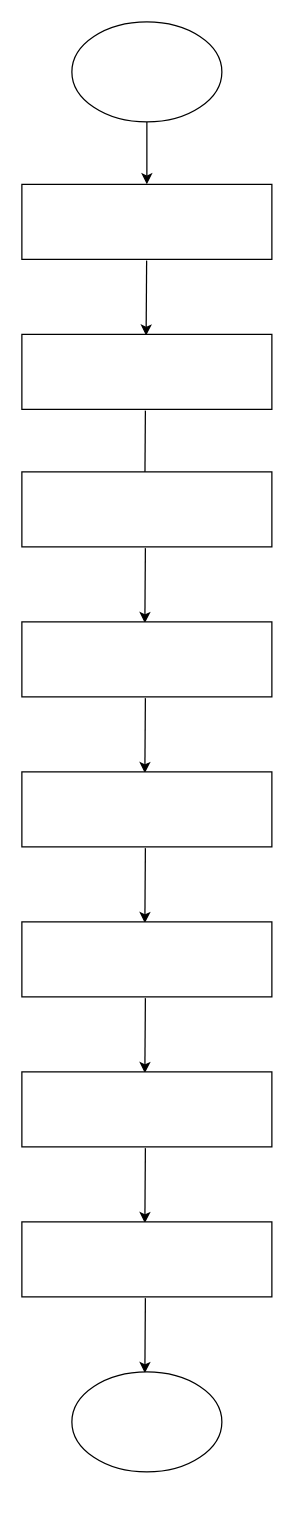
Before: Untitled Diagram.drawio in AbNewman/Alex-The-Analyst-Bootcamp, a draw.io diagram. Source tidied: cells renumbered, new cells numbered last; positions are measured from the earlier drawing's top-left corner, leaving out a move shared by most shapes. Both pictures are drawn from the tidied source at 125%, with x=0, y=0 at pixel (21, 21).
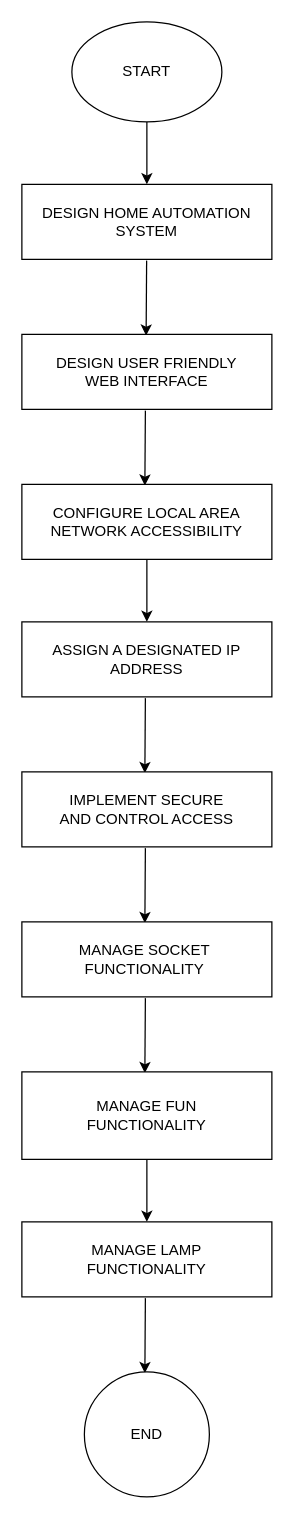
Above is the later version.

The edit, as a diff of the source:
```diff
@@
-    <mxCell id="2" style="ellipse;whiteSpace=wrap;html=1;" parent="1" vertex="1">
+    <mxCell id="2" value="&lt;div&gt;START&lt;/div&gt;" style="ellipse;whiteSpace=wrap;html=1;" parent="1" vertex="1">
       <mxGeometry x="40" width="120" height="80" as="geometry" />
     </mxCell>
-    <mxCell id="3" style="rounded=0;whiteSpace=wrap;html=1;" parent="1" vertex="1">
+    <mxCell id="3" value="&lt;div&gt;DESIGN HOME AUTOMATION&lt;/div&gt;&lt;div&gt;SYSTEM&lt;br&gt;&lt;/div&gt;" style="rounded=0;whiteSpace=wrap;html=1;" parent="1" vertex="1">
       <mxGeometry y="130" width="200" height="60" as="geometry" />
     </mxCell>
@@
-    <mxCell id="5" style="rounded=0;whiteSpace=wrap;html=1;" parent="1" vertex="1">
+    <mxCell id="5" value="&lt;div&gt;DESIGN USER FRIENDLY&lt;/div&gt;&lt;div&gt;WEB INTERFACE&lt;br&gt;&lt;/div&gt;" style="rounded=0;whiteSpace=wrap;html=1;" parent="1" vertex="1">
       <mxGeometry y="250" width="200" height="60" as="geometry" />
     </mxCell>
@@
+    <mxCell id="21" style="edgeStyle=orthogonalEdgeStyle;rounded=0;jettySize=auto;html=1;" parent="1" edge="1" source="7" target="9">
+      <mxGeometry relative="1" as="geometry" />
+    </mxCell>
-    <mxCell id="7" style="rounded=0;whiteSpace=wrap;html=1;" parent="1" vertex="1">
-      <mxGeometry y="360" width="200" height="60" as="geometry" />
+    <mxCell id="7" value="&lt;div&gt;CONFIGURE LOCAL AREA &lt;br&gt;&lt;/div&gt;&lt;div&gt;NETWORK ACCESSIBILITY&lt;/div&gt;" style="rounded=0;whiteSpace=wrap;html=1;" parent="1" vertex="1">
+      <mxGeometry y="370" width="200" height="60" as="geometry" />
     </mxCell>
-    <mxCell id="8" style="endArrow=classic;html=1;rounded=0;" parent="1" edge="1">
-      <mxGeometry relative="1" as="geometry">
-        <mxPoint x="98.8" y="421" as="sourcePoint" />
-        <mxPoint x="98.4" y="481" as="targetPoint" />
-      </mxGeometry>
-    </mxCell>
-    <mxCell id="9" style="rounded=0;whiteSpace=wrap;html=1;" parent="1" vertex="1">
+    <mxCell id="9" value="&lt;div&gt;ASSIGN A DESIGNATED IP&lt;/div&gt;&lt;div&gt;ADDRESS&lt;br&gt;&lt;/div&gt;" style="rounded=0;whiteSpace=wrap;html=1;" parent="1" vertex="1">
       <mxGeometry y="480" width="200" height="60" as="geometry" />
     </mxCell>
@@
-    <mxCell id="11" style="rounded=0;whiteSpace=wrap;html=1;" parent="1" vertex="1">
+    <mxCell id="11" value="&lt;div&gt;IMPLEMENT SECURE&lt;/div&gt;&lt;div&gt;AND CONTROL ACCESS&lt;br&gt;&lt;/div&gt;" style="rounded=0;whiteSpace=wrap;html=1;" parent="1" vertex="1">
       <mxGeometry y="600" width="200" height="60" as="geometry" />
     </mxCell>
@@
-    <mxCell id="13" style="rounded=0;whiteSpace=wrap;html=1;" parent="1" vertex="1">
+    <mxCell id="13" value="&lt;div&gt;MANAGE SOCKET&amp;nbsp;&lt;/div&gt;&lt;div&gt;FUNCTIONALITY&amp;nbsp; &lt;/div&gt;" style="rounded=0;whiteSpace=wrap;html=1;" parent="1" vertex="1">
       <mxGeometry y="720" width="200" height="60" as="geometry" />
     </mxCell>
@@
+    <mxCell id="22" style="edgeStyle=orthogonalEdgeStyle;rounded=0;jettySize=auto;html=1;exitX=0.5;exitY=1;exitDx=0;exitDy=0;entryX=0.5;entryY=0;entryDx=0;entryDy=0;" parent="1" edge="1" source="15" target="17">
+      <mxGeometry relative="1" as="geometry" />
+    </mxCell>
-    <mxCell id="15" style="rounded=0;whiteSpace=wrap;html=1;" parent="1" vertex="1">
-      <mxGeometry y="840" width="200" height="60" as="geometry" />
+    <mxCell id="15" value="&lt;div&gt;MANAGE FUN &lt;br&gt;&lt;/div&gt;&lt;div&gt;FUNCTIONALITY&lt;br&gt;&lt;/div&gt;" style="rounded=0;whiteSpace=wrap;html=1;" parent="1" vertex="1">
+      <mxGeometry y="840" width="200" height="70" as="geometry" />
     </mxCell>
-    <mxCell id="16" style="endArrow=classic;html=1;rounded=0;" parent="1" edge="1">
-      <mxGeometry relative="1" as="geometry">
-        <mxPoint x="98.8" y="901" as="sourcePoint" />
-        <mxPoint x="98.4" y="961" as="targetPoint" />
-      </mxGeometry>
-    </mxCell>
-    <mxCell id="17" style="rounded=0;whiteSpace=wrap;html=1;" parent="1" vertex="1">
+    <mxCell id="17" value="&lt;div&gt;MANAGE LAMP &lt;br&gt;&lt;/div&gt;&lt;div&gt;FUNCTIONALITY&lt;br&gt;&lt;/div&gt;" style="rounded=0;whiteSpace=wrap;html=1;" parent="1" vertex="1">
       <mxGeometry y="960" width="200" height="60" as="geometry" />
     </mxCell>
@@
-    <mxCell id="19" style="ellipse;whiteSpace=wrap;html=1;" parent="1" vertex="1">
-      <mxGeometry x="40" y="1080" width="120" height="80" as="geometry" />
-    </mxCell>
@@
+    <mxCell id="23" value="END" style="ellipse;whiteSpace=wrap;html=1;" parent="1" vertex="1">
+      <mxGeometry x="50" y="1080" width="100" height="100" as="geometry" />
+    </mxCell>
```
